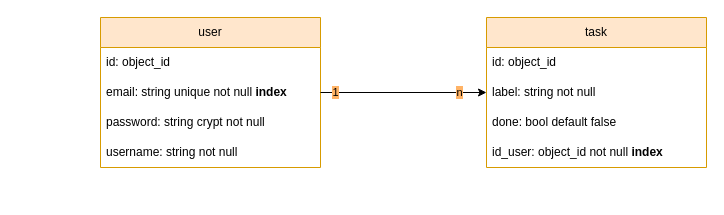
nsevendev/todo-formation keeps this draw.io diagram as doc/mcd.drawio. Above is the earlier version. Source tidied: cells renumbered, new cells numbered last; positions are measured from the earlier drawing's top-left corner, leaving out a move shared by most shapes. Both pictures are drawn from the tidied source at 100%, with x=0, y=0 at pixel (100, 17).
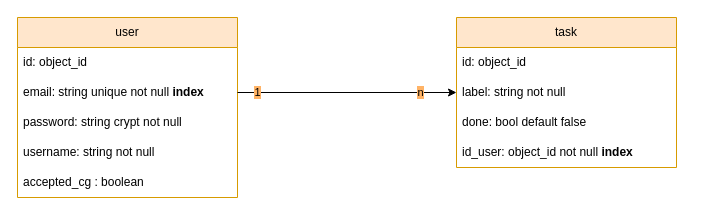
The same page after the edit.

Commit message:
Mettre à jour mcd.drawio

What changed in the source:
```diff
@@
 <mxGraphModel>
   <root>
     <mxCell id="0" />
     <mxCell id="1" parent="0" />
     <mxCell id="2" value="user" style="swimlane;fontStyle=0;horizontal=1;startSize=30;whiteSpace=wrap;html=1;fillColor=#ffe6cc;strokeColor=#d79b00;" parent="1" vertex="1">
-      <mxGeometry width="220" height="150" as="geometry" />
+      <mxGeometry x="-83" width="220" height="180" as="geometry" />
     </mxCell>
     <mxCell id="3" value="id: object_id" style="text;strokeColor=none;fillColor=none;align=left;verticalAlign=middle;spacingLeft=4;spacingRight=4;overflow=hidden;whiteSpace=wrap;html=1;" parent="2" vertex="1">
       <mxGeometry y="30" width="220" height="30" as="geometry" />
     </mxCell>
     <mxCell id="4" value="email: string unique not null &lt;b&gt;index&lt;/b&gt;" style="text;strokeColor=none;fillColor=none;align=left;verticalAlign=middle;spacingLeft=4;spacingRight=4;overflow=hidden;points=[[0,0.5],[1,0.5]];portConstraint=eastwest;whiteSpace=wrap;html=1;" parent="2" vertex="1">
       <mxGeometry y="60" width="220" height="30" as="geometry" />
     </mxCell>
     <mxCell id="5" value="password: string crypt not null" style="text;strokeColor=none;fillColor=none;align=left;verticalAlign=middle;spacingLeft=4;spacingRight=4;overflow=hidden;whiteSpace=wrap;html=1;" parent="2" vertex="1">
       <mxGeometry y="90" width="220" height="30" as="geometry" />
     </mxCell>
     <mxCell id="6" value="username: string not null" style="text;strokeColor=none;fillColor=none;align=left;verticalAlign=middle;spacingLeft=4;spacingRight=4;overflow=hidden;whiteSpace=wrap;html=1;" parent="2" vertex="1">
       <mxGeometry y="120" width="220" height="30" as="geometry" />
     </mxCell>
+    <mxCell id="15" value="accepted_cg : boolean" style="text;strokeColor=none;fillColor=none;align=left;verticalAlign=middle;spacingLeft=4;spacingRight=4;overflow=hidden;whiteSpace=wrap;html=1;" parent="2" vertex="1">
+      <mxGeometry y="150" width="220" height="30" as="geometry" />
+    </mxCell>
     <mxCell id="7" value="task" style="swimlane;fontStyle=0;horizontal=1;startSize=30;whiteSpace=wrap;html=1;fillColor=#ffe6cc;strokeColor=#d79b00;" parent="1" vertex="1">
-      <mxGeometry x="386" width="220" height="150" as="geometry" />
+      <mxGeometry x="356" width="220" height="150" as="geometry" />
     </mxCell>
     <mxCell id="8" value="id: object_id" style="text;strokeColor=none;fillColor=none;align=left;verticalAlign=middle;spacingLeft=4;spacingRight=4;overflow=hidden;whiteSpace=wrap;html=1;" parent="7" vertex="1">
       <mxGeometry y="30" width="220" height="30" as="geometry" />
     </mxCell>
     <mxCell id="9" value="label: string not null" style="text;strokeColor=none;fillColor=none;align=left;verticalAlign=middle;spacingLeft=4;spacingRight=4;overflow=hidden;whiteSpace=wrap;html=1;" parent="7" vertex="1">
       <mxGeometry y="60" width="220" height="30" as="geometry" />
     </mxCell>
     <mxCell id="10" value="done: bool default false" style="text;strokeColor=none;fillColor=none;align=left;verticalAlign=middle;spacingLeft=4;spacingRight=4;overflow=hidden;whiteSpace=wrap;html=1;" parent="7" vertex="1">
       <mxGeometry y="90" width="220" height="30" as="geometry" />
     </mxCell>
     <mxCell id="11" value="id_user: object_id not null &lt;b&gt;index&lt;/b&gt;" style="text;strokeColor=none;fillColor=none;align=left;verticalAlign=middle;spacingLeft=4;spacingRight=4;overflow=hidden;whiteSpace=wrap;html=1;" parent="7" vertex="1">
       <mxGeometry y="120" width="220" height="30" as="geometry" />
     </mxCell>
     <mxCell id="12" style="edgeStyle=orthogonalEdgeStyle;rounded=0;jettySize=auto;html=1;" parent="1" edge="1" source="4" target="7">
       <mxGeometry relative="1" as="geometry" />
     </mxCell>
     <mxCell id="13" value="1" style="edgeLabel;html=1;align=center;verticalAlign=middle;labelBackgroundColor=#FFB366;" parent="12" vertex="1">
       <mxGeometry x="-0.83" y="1" relative="1" as="geometry" />
     </mxCell>
     <mxCell id="14" value="n" style="edgeLabel;html=1;align=center;verticalAlign=middle;labelBackgroundColor=#FFB366;" parent="12" vertex="1">
       <mxGeometry x="0.66" y="1" relative="1" as="geometry" />
     </mxCell>
   </root>
 </mxGraphModel>
```
